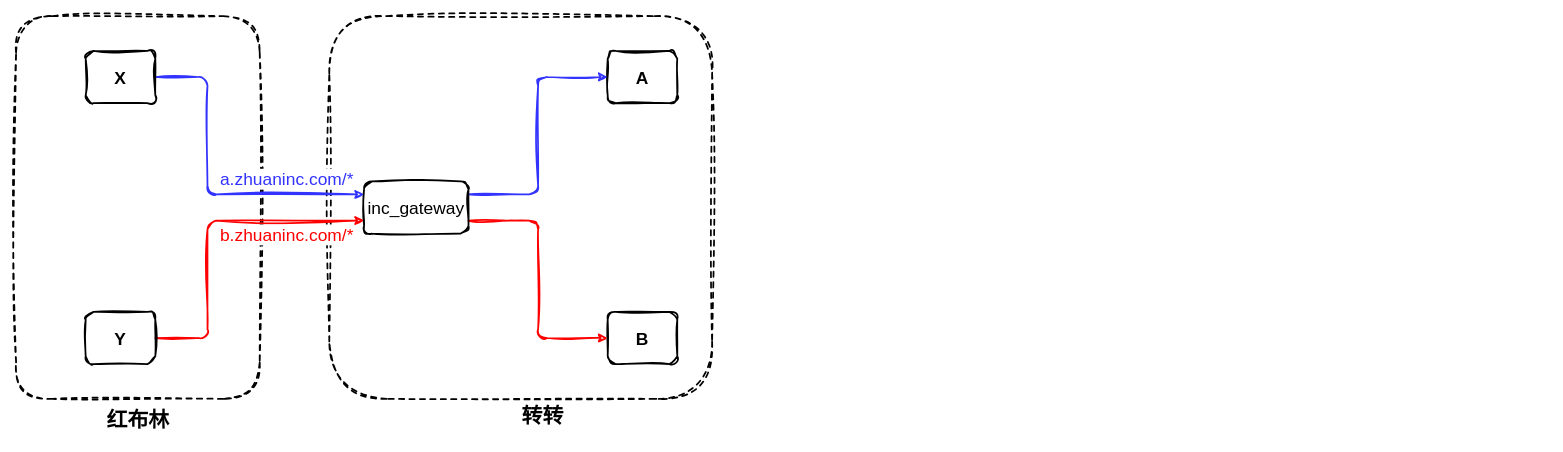
Before: personal/duyunjie/红布林.drawio in zhuanzhuan-tech/arch-draw-io, a draw.io diagram. Source tidied: cells renumbered, new cells numbered last; positions are measured from the earlier drawing's top-left corner, leaving out a move shared by most shapes. Both pictures are drawn from the tidied source at 87%, with x=0, y=0 at pixel (16, 16).
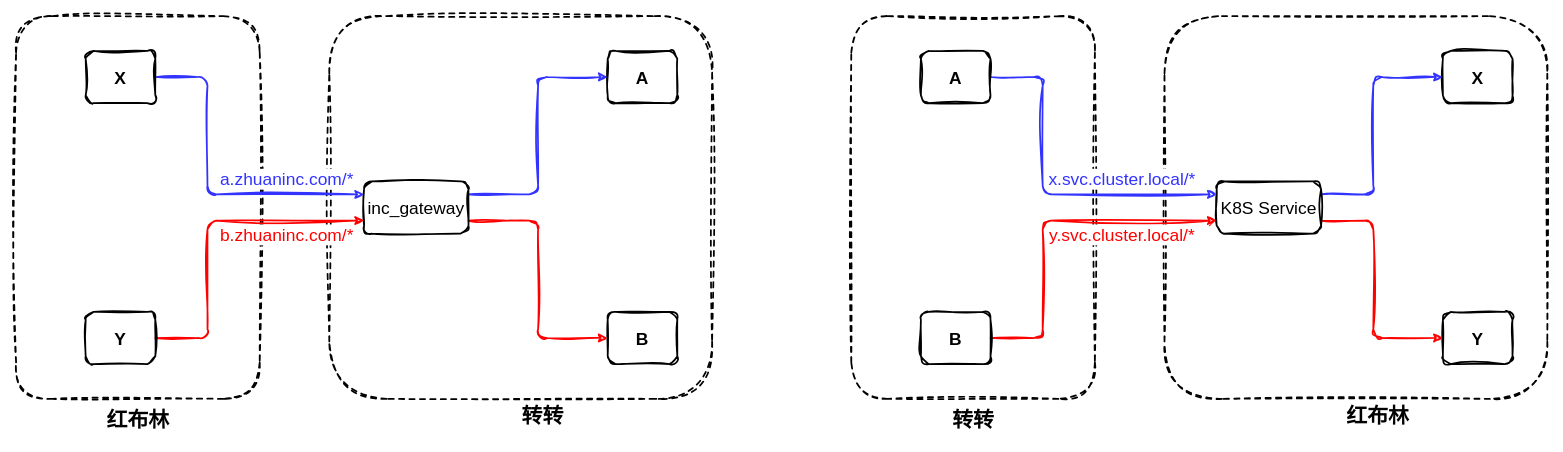
The same page after the edit.

Commit message:
更新红布林.drawio

Diff of the diagram source:
```diff
@@
+    <mxCell id="17" style="rounded=1;whiteSpace=wrap;html=1;fillColor=none;dashed=1;strokeWidth=2;sketch=1;curveFitting=1;jiggle=2;" parent="1" vertex="1">
+      <mxGeometry x="1320" width="440" height="440" as="geometry" />
+    </mxCell>
+    <mxCell id="18" value="&lt;font style=&quot;font-size: 20px;&quot;&gt;&lt;b&gt;X&lt;/b&gt;&lt;/font&gt;" style="rounded=1;whiteSpace=wrap;html=1;fillColor=none;strokeWidth=2;sketch=1;curveFitting=1;jiggle=2;" parent="1" vertex="1">
+      <mxGeometry x="1640" y="40" width="80" height="60" as="geometry" />
+    </mxCell>
+    <mxCell id="19" value="&lt;span style=&quot;font-size: 20px;&quot;&gt;&lt;b&gt;Y&lt;/b&gt;&lt;/span&gt;" style="rounded=1;whiteSpace=wrap;html=1;fillColor=none;strokeWidth=2;sketch=1;curveFitting=1;jiggle=2;" parent="1" vertex="1">
+      <mxGeometry x="1640" y="340" width="80" height="60" as="geometry" />
+    </mxCell>
+    <mxCell id="20" style="edgeStyle=orthogonalEdgeStyle;rounded=1;jettySize=auto;html=1;entryX=0;entryY=0.5;entryDx=0;entryDy=0;strokeWidth=2;strokeColor=#3333FF;exitX=1;exitY=0.25;exitDx=0;exitDy=0;sketch=1;curveFitting=1;jiggle=2;" parent="1" edge="1" source="22" target="18">
+      <mxGeometry relative="1" as="geometry">
+        <Array as="points">
+          <mxPoint x="1560" y="205" />
+          <mxPoint x="1560" y="70" />
+        </Array>
+      </mxGeometry>
+    </mxCell>
+    <mxCell id="21" style="edgeStyle=orthogonalEdgeStyle;rounded=1;jettySize=auto;html=1;exitX=1;exitY=0.75;exitDx=0;exitDy=0;entryX=0;entryY=0.5;entryDx=0;entryDy=0;strokeWidth=2;strokeColor=#FF0000;sketch=1;curveFitting=1;jiggle=2;" parent="1" edge="1" source="22" target="19">
+      <mxGeometry relative="1" as="geometry">
+        <Array as="points">
+          <mxPoint x="1560" y="235" />
+          <mxPoint x="1560" y="370" />
+        </Array>
+      </mxGeometry>
+    </mxCell>
+    <mxCell id="22" value="&lt;font style=&quot;font-size: 20px;&quot;&gt;K8S Service&lt;/font&gt;" style="rounded=1;whiteSpace=wrap;html=1;fillColor=none;strokeWidth=2;sketch=1;curveFitting=1;jiggle=2;" parent="1" vertex="1">
+      <mxGeometry x="1380" y="190" width="120" height="60" as="geometry" />
+    </mxCell>
+    <mxCell id="23" value="&lt;font style=&quot;font-size: 24px;&quot;&gt;&lt;b&gt;红布林&lt;/b&gt;&lt;/font&gt;" style="text;html=1;align=center;verticalAlign=middle;strokeColor=none;fillColor=none;sketch=1;curveFitting=1;jiggle=2;rounded=1;" parent="1" vertex="1">
+      <mxGeometry x="1515" y="440" width="100" height="40" as="geometry" />
+    </mxCell>
+    <mxCell id="24" style="rounded=1;whiteSpace=wrap;html=1;fillColor=none;dashed=1;strokeWidth=2;sketch=1;curveFitting=1;jiggle=2;" parent="1" vertex="1">
+      <mxGeometry x="960" width="280" height="440" as="geometry" />
+    </mxCell>
+    <mxCell id="25" style="edgeStyle=orthogonalEdgeStyle;rounded=1;jettySize=auto;html=1;exitX=1;exitY=0.5;exitDx=0;exitDy=0;entryX=0;entryY=0.25;entryDx=0;entryDy=0;strokeWidth=2;strokeColor=#3333FF;sketch=1;curveFitting=1;jiggle=2;" parent="1" edge="1" source="26" target="22">
+      <mxGeometry relative="1" as="geometry">
+        <Array as="points">
+          <mxPoint x="1180" y="70" />
+          <mxPoint x="1180" y="205" />
+        </Array>
+      </mxGeometry>
+    </mxCell>
+    <mxCell id="26" value="&lt;font style=&quot;font-size: 20px;&quot;&gt;&lt;b&gt;A&lt;/b&gt;&lt;/font&gt;" style="rounded=1;whiteSpace=wrap;html=1;fillColor=none;strokeWidth=2;sketch=1;curveFitting=1;jiggle=2;" parent="1" vertex="1">
+      <mxGeometry x="1040" y="40" width="80" height="60" as="geometry" />
+    </mxCell>
+    <mxCell id="27" style="edgeStyle=orthogonalEdgeStyle;rounded=1;jettySize=auto;html=1;exitX=1;exitY=0.5;exitDx=0;exitDy=0;entryX=0;entryY=0.75;entryDx=0;entryDy=0;strokeColor=#FF0000;strokeWidth=2;sketch=1;curveFitting=1;jiggle=2;" parent="1" edge="1" source="28" target="22">
+      <mxGeometry relative="1" as="geometry">
+        <Array as="points">
+          <mxPoint x="1180" y="370" />
+          <mxPoint x="1180" y="235" />
+        </Array>
+      </mxGeometry>
+    </mxCell>
+    <mxCell id="28" value="&lt;span style=&quot;font-size: 20px;&quot;&gt;&lt;b&gt;B&lt;/b&gt;&lt;/span&gt;" style="rounded=1;whiteSpace=wrap;html=1;fillColor=none;strokeWidth=2;sketch=1;curveFitting=1;jiggle=2;" parent="1" vertex="1">
+      <mxGeometry x="1040" y="340" width="80" height="60" as="geometry" />
+    </mxCell>
+    <mxCell id="29" value="&lt;font style=&quot;font-size: 24px;&quot;&gt;&lt;b&gt;转转&lt;/b&gt;&lt;/font&gt;" style="text;html=1;align=center;verticalAlign=middle;strokeColor=none;fillColor=none;sketch=1;curveFitting=1;jiggle=2;rounded=1;" parent="1" vertex="1">
+      <mxGeometry x="1065" y="445" width="70" height="40" as="geometry" />
+    </mxCell>
+    <mxCell id="30" value="&lt;font color=&quot;#3333ff&quot; style=&quot;font-size: 20px;&quot;&gt;x.svc.cluster.local/*&lt;/font&gt;" style="edgeLabel;html=1;align=center;verticalAlign=middle;sketch=1;curveFitting=1;jiggle=2;rounded=1;" parent="1" vertex="1">
+      <mxGeometry x="1270" y="186" as="geometry" />
+    </mxCell>
+    <mxCell id="31" value="&lt;font color=&quot;#ff0000&quot; style=&quot;font-size: 20px;&quot;&gt;y.svc.cluster.local/*&lt;/font&gt;" style="edgeLabel;html=1;align=center;verticalAlign=middle;sketch=1;curveFitting=1;jiggle=2;rounded=1;" parent="1" vertex="1">
+      <mxGeometry x="1270" y="250" as="geometry" />
+    </mxCell>
```
